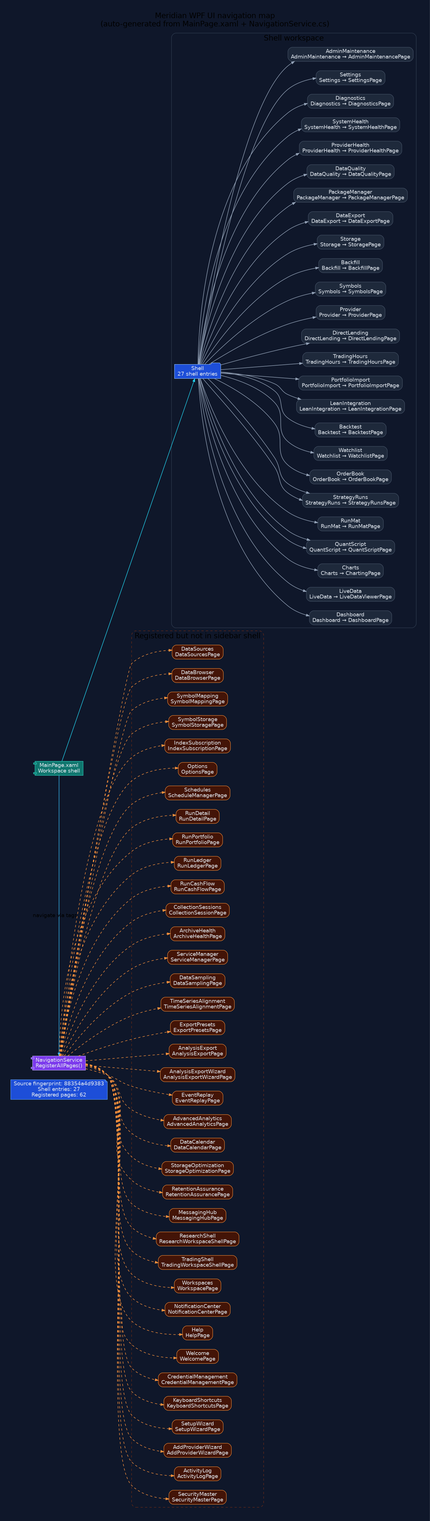
rodoHasArrived/Meridian-main keeps this Graphviz diagram as docs/diagrams/ui-navigation-map.png. Above is the earlier version. Its source is kept beside it as docs/diagrams/ui-navigation-map.dot.
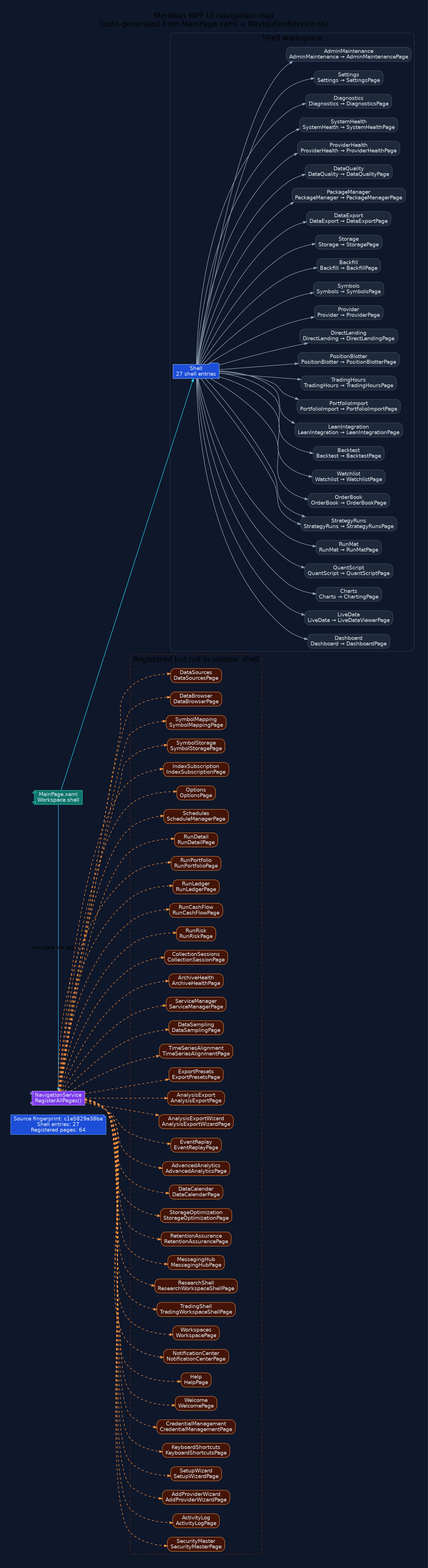
After the change.

The edit, as a diff of the source:
```diff
@@ -13,7 +13,7 @@
   node [fontname="Segoe UI", shape=box, style="rounded,filled", color="#475569", fontcolor="#e2e8f0", fillcolor="#1e293b"];
   edge [fontname="Segoe UI", color="#94a3b8", penwidth=1.3, arrowsize=0.8];
 
-  generated [shape=note, fillcolor="#1d4ed8", color="#60a5fa", label="Source fingerprint: 88354a4d9383\nShell entries: 27\nRegistered pages: 62"];
+  generated [shape=note, fillcolor="#1d4ed8", color="#60a5fa", label="Source fingerprint: c1e5829a38ba\nShell entries: 27\nRegistered pages: 64"];
   shell [shape=component, fillcolor="#0f766e", color="#2dd4bf", label="MainPage.xaml\nWorkspace shell"];
   navigation [shape=component, fillcolor="#7c3aed", color="#c4b5fd", label="NavigationService\nRegisterAllPages()"];
   shell -> navigation [label="navigate via tags", color="#38bdf8"];
@@ -34,8 +34,6 @@
     workspace_1 -> page_QuantScript;
     page_RunMat [label="RunMat\nRunMat → RunMatPage", fillcolor="#1e293b"];
     workspace_1 -> page_RunMat;
-    page_QuantScript [label="QuantScript\nQuantScript → QuantScriptPage", fillcolor="#1e293b"];
-    workspace_1 -> page_QuantScript;
     page_StrategyRuns [label="StrategyRuns\nStrategyRuns → StrategyRunsPage", fillcolor="#1e293b"];
     workspace_1 -> page_StrategyRuns;
     page_OrderBook [label="OrderBook\nOrderBook → OrderBookPage", fillcolor="#1e293b"];
@@ -52,6 +50,8 @@
     workspace_1 -> page_PortfolioImport;
     page_TradingHours [label="TradingHours\nTradingHours → TradingHoursPage", fillcolor="#1e293b"];
     workspace_1 -> page_TradingHours;
+    page_PositionBlotter [label="PositionBlotter\nPositionBlotter → PositionBlotterPage", fillcolor="#1e293b"];
+    workspace_1 -> page_PositionBlotter;
     page_DirectLending [label="DirectLending\nDirectLending → DirectLendingPage", fillcolor="#1e293b"];
     workspace_1 -> page_DirectLending;
     page_Provider [label="Provider\nProvider → ProviderPage", fillcolor="#1e293b"];
@@ -106,6 +106,8 @@
     navigation -> hidden_RunLedger [style=dashed, color="#fb923c"];
     hidden_RunCashFlow [label="RunCashFlow\nRunCashFlowPage", fillcolor="#431407", color="#fb923c"];
     navigation -> hidden_RunCashFlow [style=dashed, color="#fb923c"];
+    hidden_RunRisk [label="RunRisk\nRunRiskPage", fillcolor="#431407", color="#fb923c"];
+    navigation -> hidden_RunRisk [style=dashed, color="#fb923c"];
     hidden_CollectionSessions [label="CollectionSessions\nCollectionSessionPage", fillcolor="#431407", color="#fb923c"];
     navigation -> hidden_CollectionSessions [style=dashed, color="#fb923c"];
     hidden_ArchiveHealth [label="ArchiveHealth\nArchiveHealthPage", fillcolor="#431407", color="#fb923c"];
```
